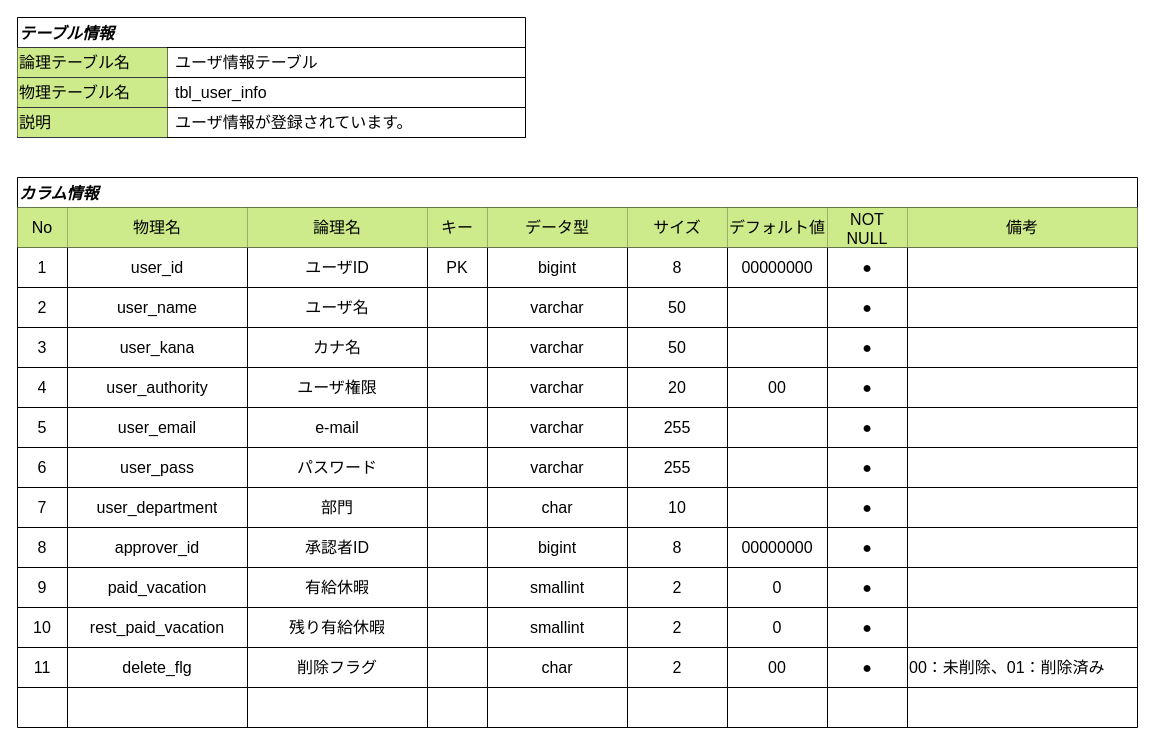
Above: docs/database/tbl_user_info.drawio in youkobaske/agentSupport-attendanceSystem (draw.io), before the change. Source tidied: cells renumbered, new cells numbered last; positions are measured from the earlier drawing's top-left corner, leaving out a move shared by most shapes. Both pictures are drawn from the tidied source at 100%, with x=0, y=0 at pixel (17, 17).
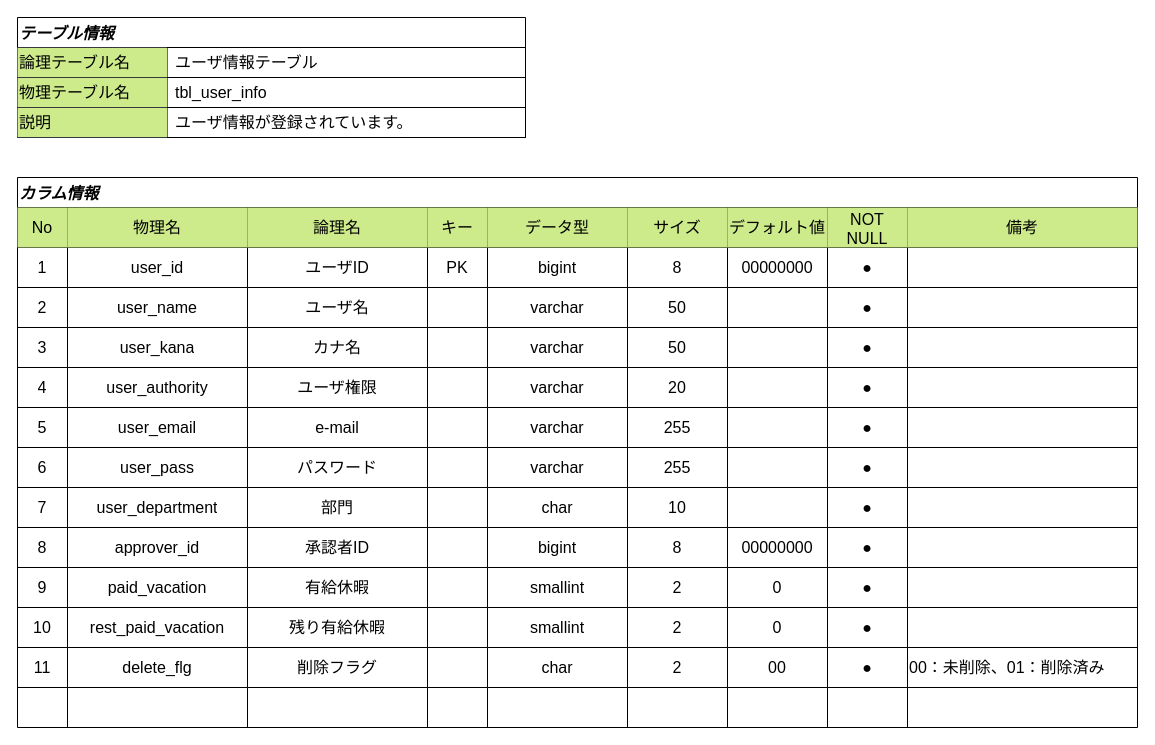
After the change.

Commit message (it also covers changes not shown here):
ユーザ権限のデフォルト値を削除

The change refers to these unchanged cells:
```xml
<mxCell id="53" style="shape=tableRow;horizontal=0;startSize=0;swimlaneHead=0;swimlaneBody=0;strokeColor=inherit;top=0;left=0;bottom=0;right=0;fillColor=none;fontSize=16;" parent="12" vertex="1">
  <mxGeometry y="190" width="1120" height="40" as="geometry" />
</mxCell>
```

Diff of the diagram source:
```diff
@@
-    <mxCell id="60" value="00" style="shape=partialRectangle;html=1;whiteSpace=wrap;strokeColor=inherit;overflow=hidden;fillColor=none;top=0;left=0;bottom=0;right=0;fontSize=16;" parent="53" vertex="1">
+    <mxCell id="60" value="&lt;div&gt;&lt;br&gt;&lt;/div&gt;" style="shape=partialRectangle;html=1;whiteSpace=wrap;strokeColor=inherit;overflow=hidden;fillColor=none;top=0;left=0;bottom=0;right=0;fontSize=16;" parent="53" vertex="1">
       <mxGeometry x="710" width="100" height="40" as="geometry" />
     </mxCell>
```
